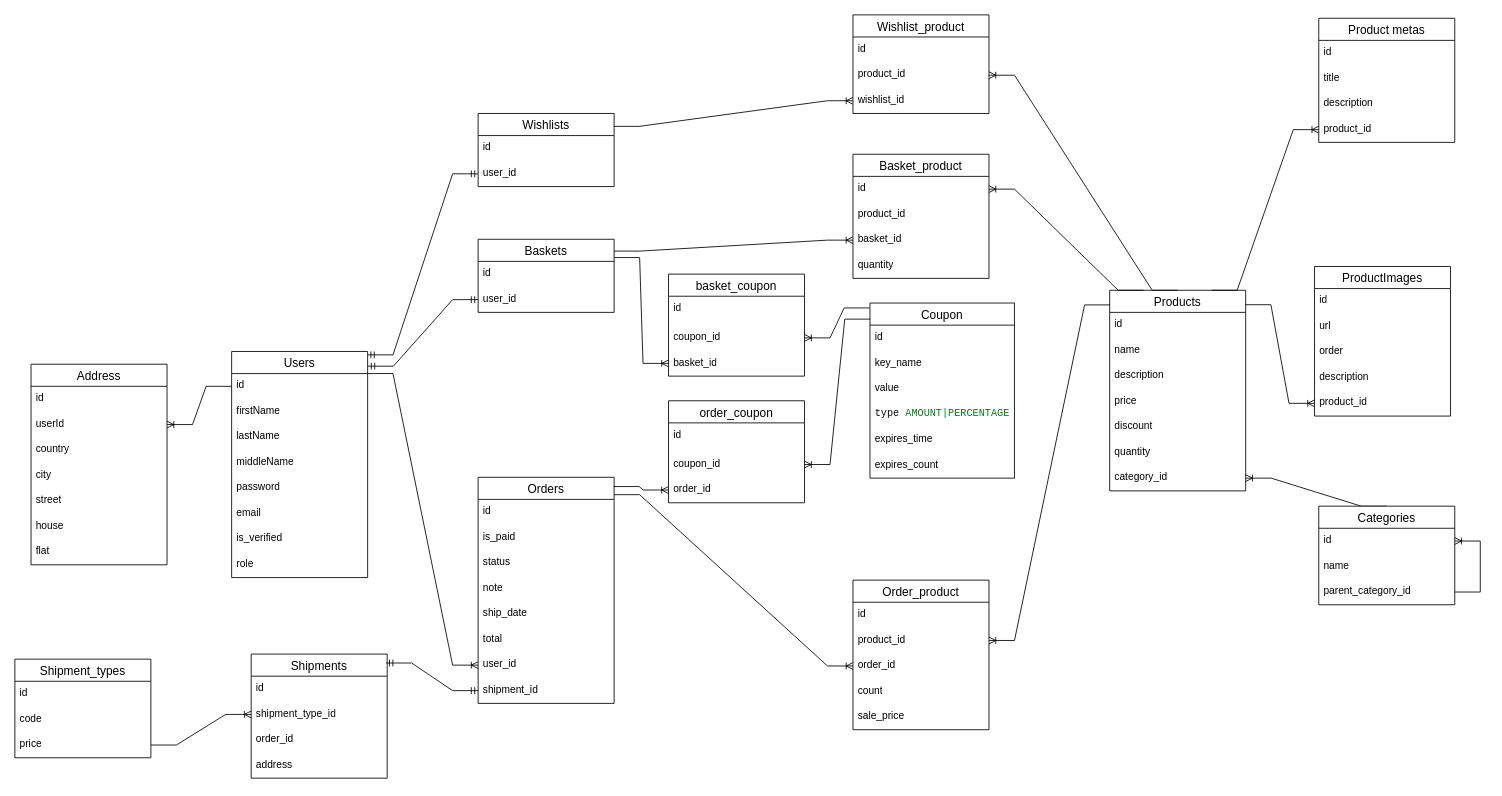
Before: src/server/models/dbDiagram.drawio in Bonzar/midnight, a draw.io diagram. Source tidied: cells renumbered, new cells numbered last; positions are measured from the earlier drawing's top-left corner, leaving out a move shared by most shapes. Both pictures are drawn from the tidied source at 85%, with x=0, y=0 at pixel (14, 14).
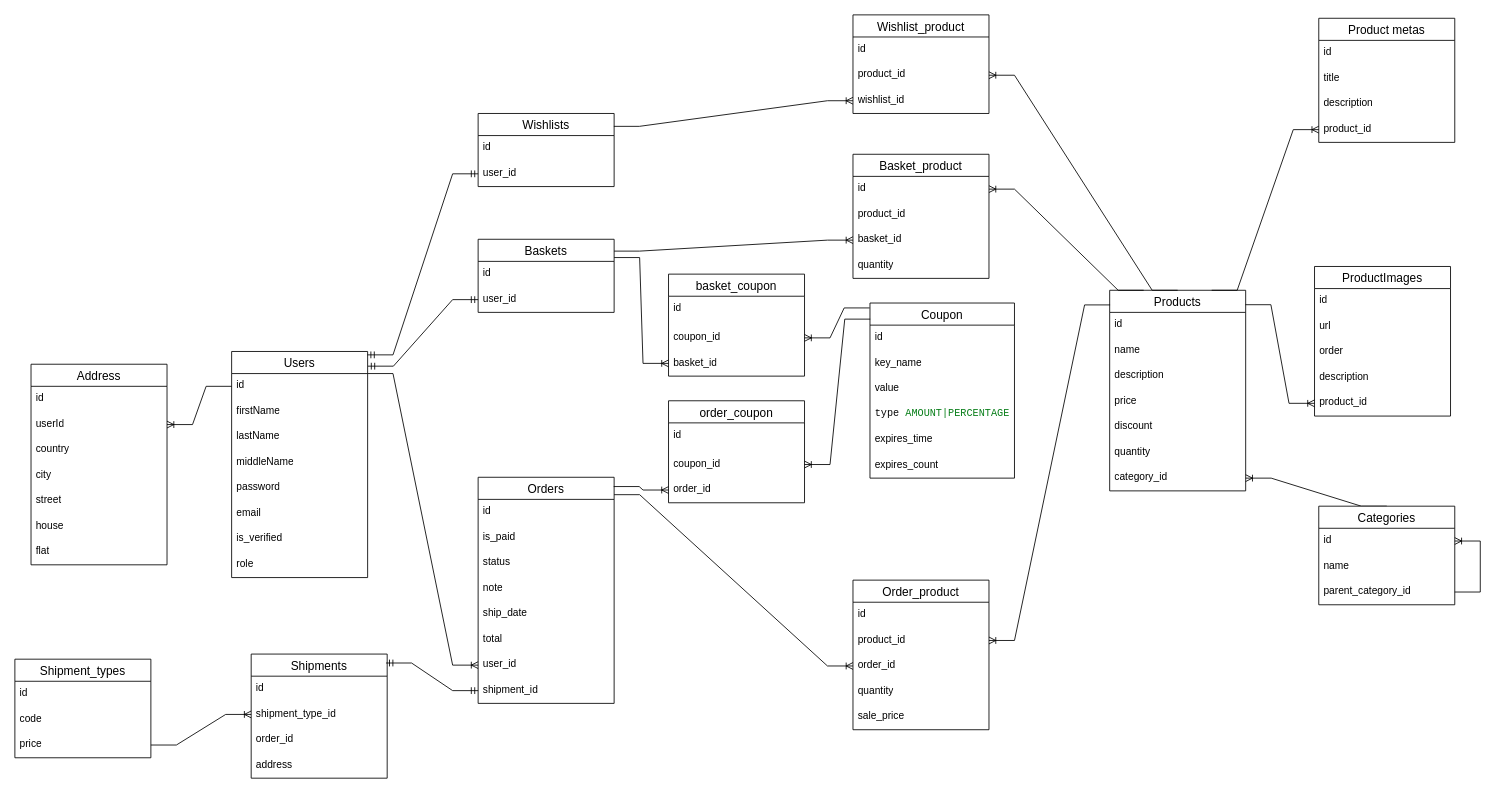
Above is the later version.

Unchanged cells that the change refers to:
```xml
<mxCell id="50" value="Order_product" style="swimlane;fontStyle=0;horizontal=1;startSize=26;align=center;fontSize=14;" parent="1" vertex="1">
  <mxGeometry x="986" y="665" width="160" height="176" as="geometry" />
</mxCell>
```

Diff of the diagram source:
```diff
@@
-    <mxCell id="54" value="count" style="text;strokeColor=none;fillColor=none;spacingLeft=4;spacingRight=4;overflow=hidden;fontSize=12;whiteSpace=wrap;html=1;" parent="50" vertex="1">
+    <mxCell id="54" value="quantity" style="text;strokeColor=none;fillColor=none;spacingLeft=4;spacingRight=4;overflow=hidden;fontSize=12;whiteSpace=wrap;html=1;" parent="50" vertex="1">
       <mxGeometry y="116" width="160" height="30" as="geometry" />
     </mxCell>
```
